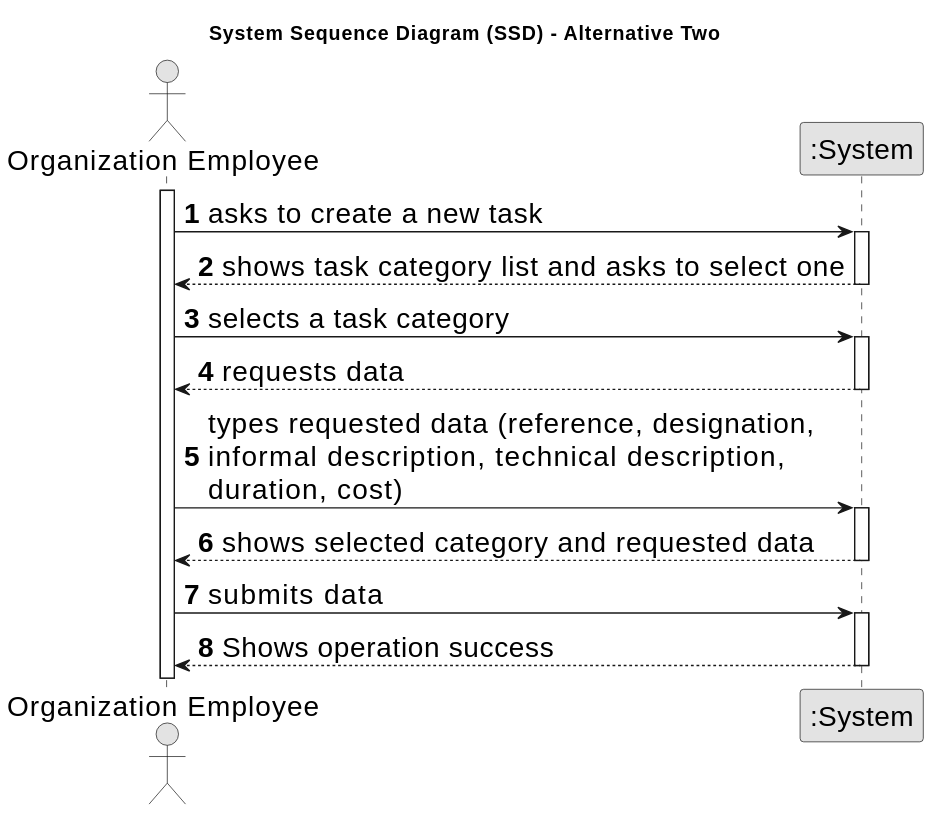
This is docs/tp01/svg/uc6-ssd-alternative-two.svg from PureNimble/ISEP-LAPR2, a PlantUML export, as it was before one commit. Its diagram source:
```plantuml
@startuml
skinparamlocked defaultFontSize 20
skinparam monochrome true
skinparam packageStyle rectangle
skinparam shadowing false

title System Sequence Diagram (SSD) - Alternative Two

autonumber

actor "Organization Employee" as Employee
participant ":System" as System

activate Employee

    Employee -> System : asks to create a new task
    activate System

        System --> Employee : shows task category list and asks to select one
    deactivate System

    Employee -> System : selects a task category
    activate System

        System --> Employee : requests data
    deactivate System

    Employee -> System : types requested data (reference, designation, \ninformal description, technical description,\nduration, cost)
    activate System

        System --> Employee : shows selected category and requested data
    deactivate System

    Employee -> System : submits data
    activate System

        System --> Employee : Shows operation success
    deactivate System
@enduml
```
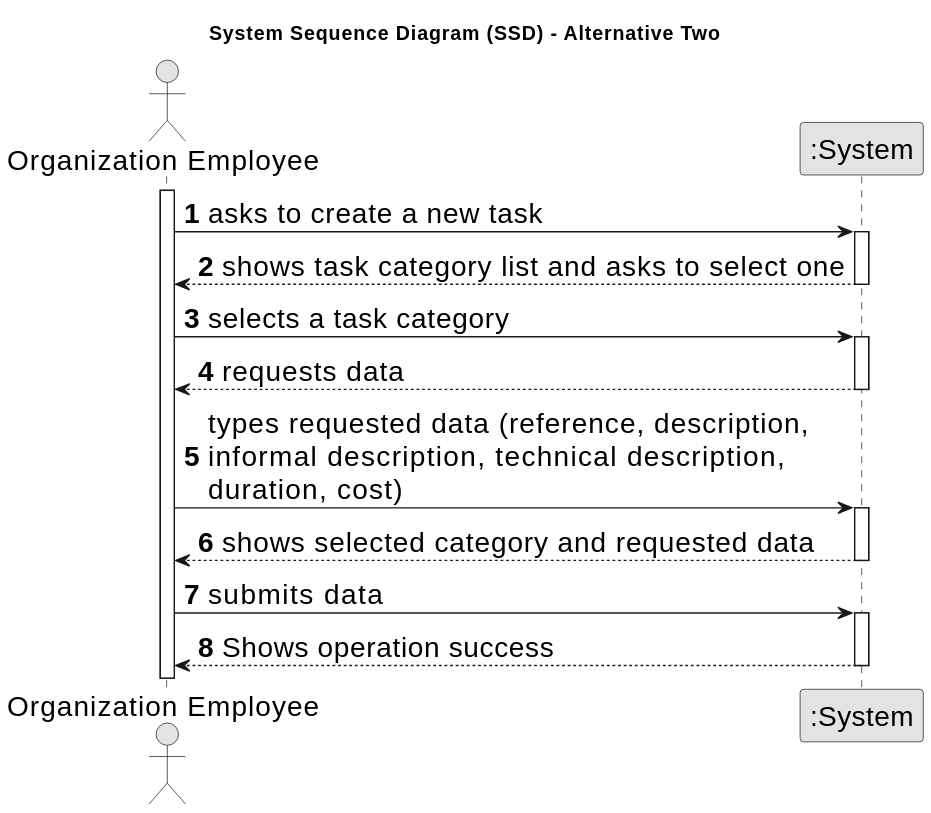
Above is the later version.

Diff of the diagram source:
```diff
@@ -25,7 +25,7 @@
         System --> Employee : requests data
     deactivate System
 
-    Employee -> System : types requested data (reference, designation, \ninformal description, technical description,\nduration, cost)
+    Employee -> System : types requested data (reference, description, \ninformal description, technical description,\nduration, cost)
     activate System
 
         System --> Employee : shows selected category and requested data
```
